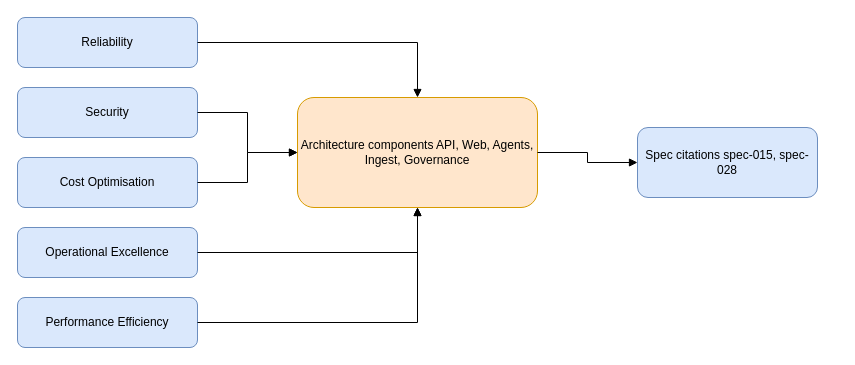
The draw.io diagram docs/architecture/governance/waf-pillar-mapping.drawio in johnbilliris/ama, before the edit. Source tidied: cells renumbered, new cells numbered last; positions are measured from the earlier drawing's top-left corner, leaving out a move shared by most shapes. Both pictures are drawn from the tidied source at 100%, with x=0, y=0 at pixel (17, 17).
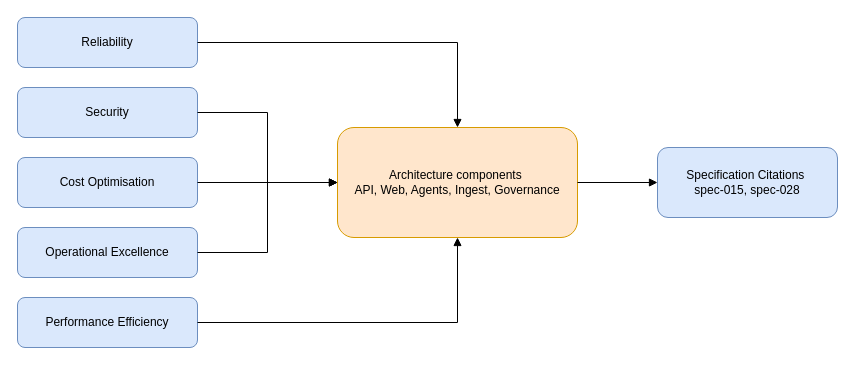
Above is the later version.

The edit, as a diff of the source:
```diff
@@
 <mxGraphModel>
   <root>
     <mxCell id="0" />
     <mxCell id="1" parent="0" />
     <mxCell id="2" value="Reliability" style="rounded=1;whiteSpace=wrap;html=1;fillColor=#dae8fc;strokeColor=#6c8ebf;fontSize=12;" parent="1" vertex="1">
       <mxGeometry width="180" height="50" as="geometry" />
     </mxCell>
     <mxCell id="3" value="Security" style="rounded=1;whiteSpace=wrap;html=1;fillColor=#dae8fc;strokeColor=#6c8ebf;fontSize=12;" parent="1" vertex="1">
       <mxGeometry y="70" width="180" height="50" as="geometry" />
     </mxCell>
     <mxCell id="4" value="Cost Optimisation" style="rounded=1;whiteSpace=wrap;html=1;fillColor=#dae8fc;strokeColor=#6c8ebf;fontSize=12;" parent="1" vertex="1">
       <mxGeometry y="140" width="180" height="50" as="geometry" />
     </mxCell>
     <mxCell id="5" value="Operational Excellence" style="rounded=1;whiteSpace=wrap;html=1;fillColor=#dae8fc;strokeColor=#6c8ebf;fontSize=12;" parent="1" vertex="1">
       <mxGeometry y="210" width="180" height="50" as="geometry" />
     </mxCell>
     <mxCell id="6" value="Performance Efficiency" style="rounded=1;whiteSpace=wrap;html=1;fillColor=#dae8fc;strokeColor=#6c8ebf;fontSize=12;" parent="1" vertex="1">
       <mxGeometry y="280" width="180" height="50" as="geometry" />
     </mxCell>
-    <mxCell id="7" value="Architecture components&amp;#xa;API, Web, Agents, Ingest, Governance" style="rounded=1;whiteSpace=wrap;html=1;fillColor=#ffe6cc;strokeColor=#d79b00;fontSize=12;" parent="1" vertex="1">
-      <mxGeometry x="280" y="80" width="240" height="110" as="geometry" />
+    <mxCell id="7" value="Architecture components&amp;nbsp;&lt;div&gt;API, Web, Agents, Ingest, Governance&lt;/div&gt;" style="rounded=1;whiteSpace=wrap;html=1;fillColor=#ffe6cc;strokeColor=#d79b00;fontSize=12;" parent="1" vertex="1">
+      <mxGeometry x="320" y="110" width="240" height="110" as="geometry" />
     </mxCell>
-    <mxCell id="8" value="Spec citations&amp;#xa;spec-015, spec-028" style="rounded=1;whiteSpace=wrap;html=1;fillColor=#dae8fc;strokeColor=#6c8ebf;fontSize=12;" parent="1" vertex="1">
-      <mxGeometry x="620" y="110" width="180" height="70" as="geometry" />
+    <mxCell id="8" value="Specification Citations&amp;nbsp;&lt;div&gt;spec-015, spec-028&lt;/div&gt;" style="rounded=1;whiteSpace=wrap;html=1;fillColor=#dae8fc;strokeColor=#6c8ebf;fontSize=12;" parent="1" vertex="1">
+      <mxGeometry x="640" y="130" width="180" height="70" as="geometry" />
     </mxCell>
     <mxCell id="9" style="edgeStyle=orthogonalEdgeStyle;rounded=0;jettySize=auto;html=1;endArrow=block;endFill=1;" parent="1" edge="1" source="2" target="7">
       <mxGeometry relative="1" as="geometry" />
     </mxCell>
     <mxCell id="10" style="edgeStyle=orthogonalEdgeStyle;rounded=0;jettySize=auto;html=1;endArrow=block;endFill=1;" parent="1" edge="1" source="3" target="7">
       <mxGeometry relative="1" as="geometry" />
     </mxCell>
     <mxCell id="11" style="edgeStyle=orthogonalEdgeStyle;rounded=0;jettySize=auto;html=1;endArrow=block;endFill=1;" parent="1" edge="1" source="4" target="7">
       <mxGeometry relative="1" as="geometry" />
     </mxCell>
     <mxCell id="12" style="edgeStyle=orthogonalEdgeStyle;rounded=0;jettySize=auto;html=1;endArrow=block;endFill=1;" parent="1" edge="1" source="5" target="7">
       <mxGeometry relative="1" as="geometry" />
     </mxCell>
     <mxCell id="13" style="edgeStyle=orthogonalEdgeStyle;rounded=0;jettySize=auto;html=1;endArrow=block;endFill=1;" parent="1" edge="1" source="6" target="7">
       <mxGeometry relative="1" as="geometry" />
     </mxCell>
     <mxCell id="14" style="edgeStyle=orthogonalEdgeStyle;rounded=0;jettySize=auto;html=1;endArrow=block;endFill=1;" parent="1" edge="1" source="7" target="8">
       <mxGeometry relative="1" as="geometry" />
     </mxCell>
   </root>
 </mxGraphModel>
```
